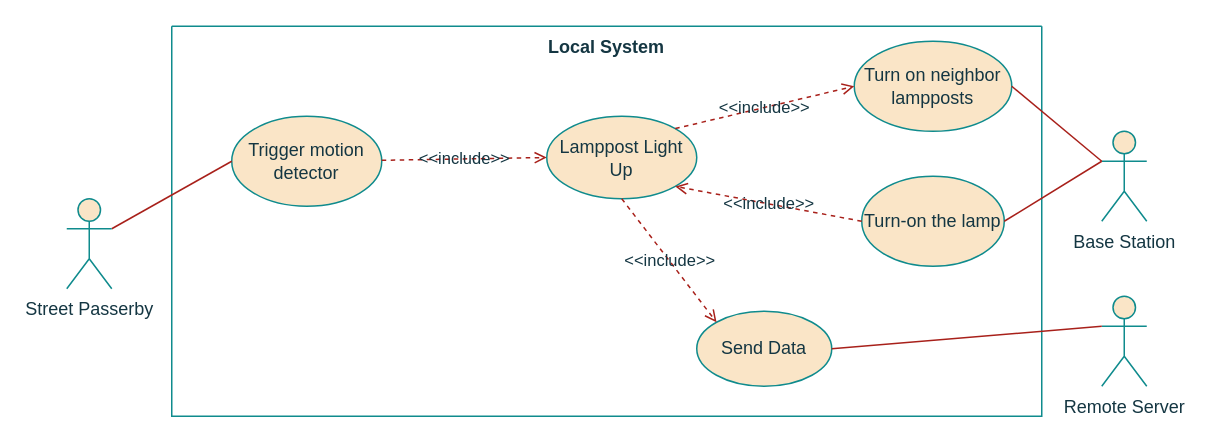
The draw.io diagram page "LS_UseCase" (1 of 7) of project/report/flowcharts/LocalSystem.drawio in ESRGgroup9/slipad, before the edit. Source tidied: cells renumbered, new cells numbered last; positions are measured from the earlier drawing's top-left corner, leaving out a move shared by most shapes. Both pictures are drawn from the tidied source at 150%, with x=0, y=0 at pixel (66, 26).
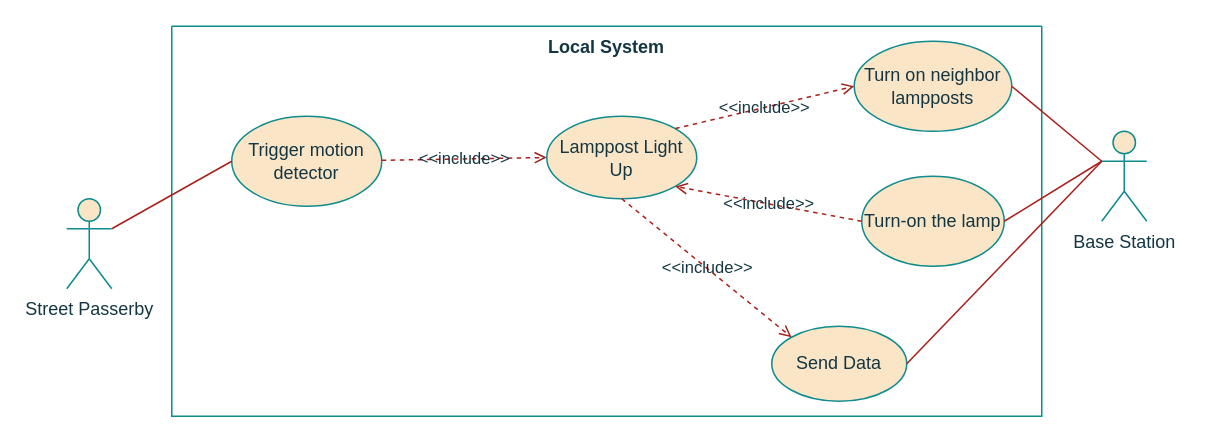
The same diagram, later.

Diff of the diagram source:
```diff
@@
 <mxGraphModel>
   <root>
     <mxCell id="0" />
     <mxCell id="1" parent="0" />
     <mxCell id="2" value="Local System" style="swimlane;startSize=0;verticalAlign=top;fillColor=#FAE5C7;strokeColor=#0F8B8D;fontColor=#143642;" parent="1" vertex="1">
       <mxGeometry x="70" width="580" height="260" as="geometry" />
     </mxCell>
     <mxCell id="3" value="Send Data" style="ellipse;whiteSpace=wrap;html=1;fillColor=#FAE5C7;strokeColor=#0F8B8D;fontColor=#143642;" parent="2" vertex="1">
-      <mxGeometry x="350" y="190" width="90" height="50" as="geometry" />
+      <mxGeometry x="400" y="200" width="90" height="50" as="geometry" />
     </mxCell>
     <mxCell id="4" value="Turn on neighbor lampposts" style="ellipse;whiteSpace=wrap;html=1;fillColor=#FAE5C7;strokeColor=#0F8B8D;fontColor=#143642;" parent="2" vertex="1">
       <mxGeometry x="455" y="10" width="105" height="60" as="geometry" />
     </mxCell>
     <mxCell id="5" value="Turn-on the lamp" style="ellipse;whiteSpace=wrap;html=1;fillColor=#FAE5C7;strokeColor=#0F8B8D;fontColor=#143642;" parent="2" vertex="1">
       <mxGeometry x="460" y="100" width="95" height="60" as="geometry" />
     </mxCell>
     <mxCell id="6" value="Trigger motion detector" style="ellipse;whiteSpace=wrap;html=1;fillColor=#FAE5C7;strokeColor=#0F8B8D;fontColor=#143642;" parent="2" vertex="1">
       <mxGeometry x="40" y="60" width="100" height="60" as="geometry" />
     </mxCell>
     <mxCell id="7" value="&amp;lt;&amp;lt;include&amp;gt;&amp;gt;" style="edgeStyle=none;rounded=0;jettySize=auto;html=1;entryX=0;entryY=0.5;entryDx=0;entryDy=0;dashed=1;endArrow=open;endFill=0;labelBackgroundColor=none;strokeColor=#A8201A;fontColor=#143642;" parent="1" edge="1" source="6" target="8">
       <mxGeometry relative="1" as="geometry" />
     </mxCell>
     <mxCell id="8" value="Lamppost Light Up" style="ellipse;whiteSpace=wrap;html=1;fillColor=#FAE5C7;strokeColor=#0F8B8D;fontColor=#143642;" parent="1" vertex="1">
       <mxGeometry x="320" y="60" width="100" height="55" as="geometry" />
     </mxCell>
-    <mxCell id="9" value="Remote Server" style="shape=umlActor;verticalLabelPosition=bottom;verticalAlign=top;html=1;outlineConnect=0;fillColor=#FAE5C7;strokeColor=#0F8B8D;fontColor=#143642;" parent="1" vertex="1">
-      <mxGeometry x="690" y="180" width="30" height="60" as="geometry" />
-    </mxCell>
     <mxCell id="10" style="edgeStyle=none;rounded=0;jettySize=auto;html=1;exitX=1;exitY=0.3333333333333333;exitDx=0;exitDy=0;exitPerimeter=0;entryX=0;entryY=0.5;entryDx=0;entryDy=0;endArrow=none;endFill=0;labelBackgroundColor=#DAD2D8;strokeColor=#A8201A;fontColor=#143642;" parent="1" edge="1" source="11" target="6">
       <mxGeometry relative="1" as="geometry" />
     </mxCell>
     <mxCell id="11" value="Street Passerby" style="shape=umlActor;verticalLabelPosition=bottom;verticalAlign=top;html=1;outlineConnect=0;fillColor=#FAE5C7;strokeColor=#0F8B8D;fontColor=#143642;" parent="1" vertex="1">
       <mxGeometry y="115" width="30" height="60" as="geometry" />
     </mxCell>
-    <mxCell id="12" style="rounded=0;jettySize=auto;html=1;exitX=1;exitY=0.5;exitDx=0;exitDy=0;endArrow=none;endFill=0;entryX=0;entryY=0.3333333333333333;entryDx=0;entryDy=0;entryPerimeter=0;labelBackgroundColor=#DAD2D8;strokeColor=#A8201A;fontColor=#143642;" parent="1" edge="1" source="3" target="9">
-      <mxGeometry relative="1" as="geometry" />
+    <mxCell id="12" style="rounded=0;jettySize=auto;html=1;exitX=1;exitY=0.5;exitDx=0;exitDy=0;endArrow=none;endFill=0;labelBackgroundColor=#DAD2D8;strokeColor=#A8201A;fontColor=#143642;" parent="1" edge="1" source="3">
+      <mxGeometry relative="1" as="geometry">
+        <mxPoint x="690" y="90" as="targetPoint" />
+      </mxGeometry>
     </mxCell>
     <mxCell id="13" value="&amp;lt;&amp;lt;include&amp;gt;&amp;gt;" style="edgeStyle=none;rounded=0;jettySize=auto;html=1;entryX=0;entryY=0;entryDx=0;entryDy=0;dashed=1;exitX=0.5;exitY=1;exitDx=0;exitDy=0;endArrow=open;endFill=0;labelBackgroundColor=none;strokeColor=#A8201A;fontColor=#143642;" parent="1" edge="1" source="8" target="3">
       <mxGeometry relative="1" as="geometry" />
     </mxCell>
     <mxCell id="14" value="&amp;lt;&amp;lt;include&amp;gt;&amp;gt;" style="edgeStyle=none;rounded=0;jettySize=auto;html=1;entryX=0;entryY=0.5;entryDx=0;entryDy=0;dashed=1;endArrow=open;endFill=0;exitX=1;exitY=0;exitDx=0;exitDy=0;labelBackgroundColor=none;strokeColor=#A8201A;fontColor=#143642;" parent="1" edge="1" source="8" target="4">
       <mxGeometry relative="1" as="geometry" />
     </mxCell>
     <mxCell id="15" value="Base Station" style="shape=umlActor;verticalLabelPosition=bottom;verticalAlign=top;html=1;outlineConnect=0;fillColor=#FAE5C7;strokeColor=#0F8B8D;fontColor=#143642;" parent="1" vertex="1">
       <mxGeometry x="690" y="70" width="30" height="60" as="geometry" />
     </mxCell>
     <mxCell id="16" style="edgeStyle=none;rounded=0;jettySize=auto;html=1;endArrow=none;endFill=0;labelBackgroundColor=#DAD2D8;strokeColor=#A8201A;fontColor=#143642;exitX=1;exitY=0.5;exitDx=0;exitDy=0;entryX=0;entryY=0.3333333333333333;entryDx=0;entryDy=0;entryPerimeter=0;" parent="1" edge="1" source="5" target="15">
       <mxGeometry relative="1" as="geometry" />
     </mxCell>
     <mxCell id="17" value="&amp;lt;&amp;lt;include&amp;gt;&amp;gt;" style="edgeStyle=none;rounded=0;jettySize=auto;html=1;entryX=1;entryY=1;entryDx=0;entryDy=0;dashed=1;endArrow=open;endFill=0;exitX=0;exitY=0.5;exitDx=0;exitDy=0;labelBackgroundColor=none;strokeColor=#A8201A;fontColor=#143642;" parent="1" edge="1" source="5" target="8">
       <mxGeometry relative="1" as="geometry" />
     </mxCell>
     <mxCell id="18" style="edgeStyle=none;rounded=0;jettySize=auto;html=1;endArrow=none;endFill=0;labelBackgroundColor=#DAD2D8;strokeColor=#A8201A;fontColor=#143642;exitX=1;exitY=0.5;exitDx=0;exitDy=0;" parent="1" edge="1" source="4">
       <mxGeometry relative="1" as="geometry">
         <mxPoint x="690" y="90" as="targetPoint" />
       </mxGeometry>
     </mxCell>
   </root>
 </mxGraphModel>
```
